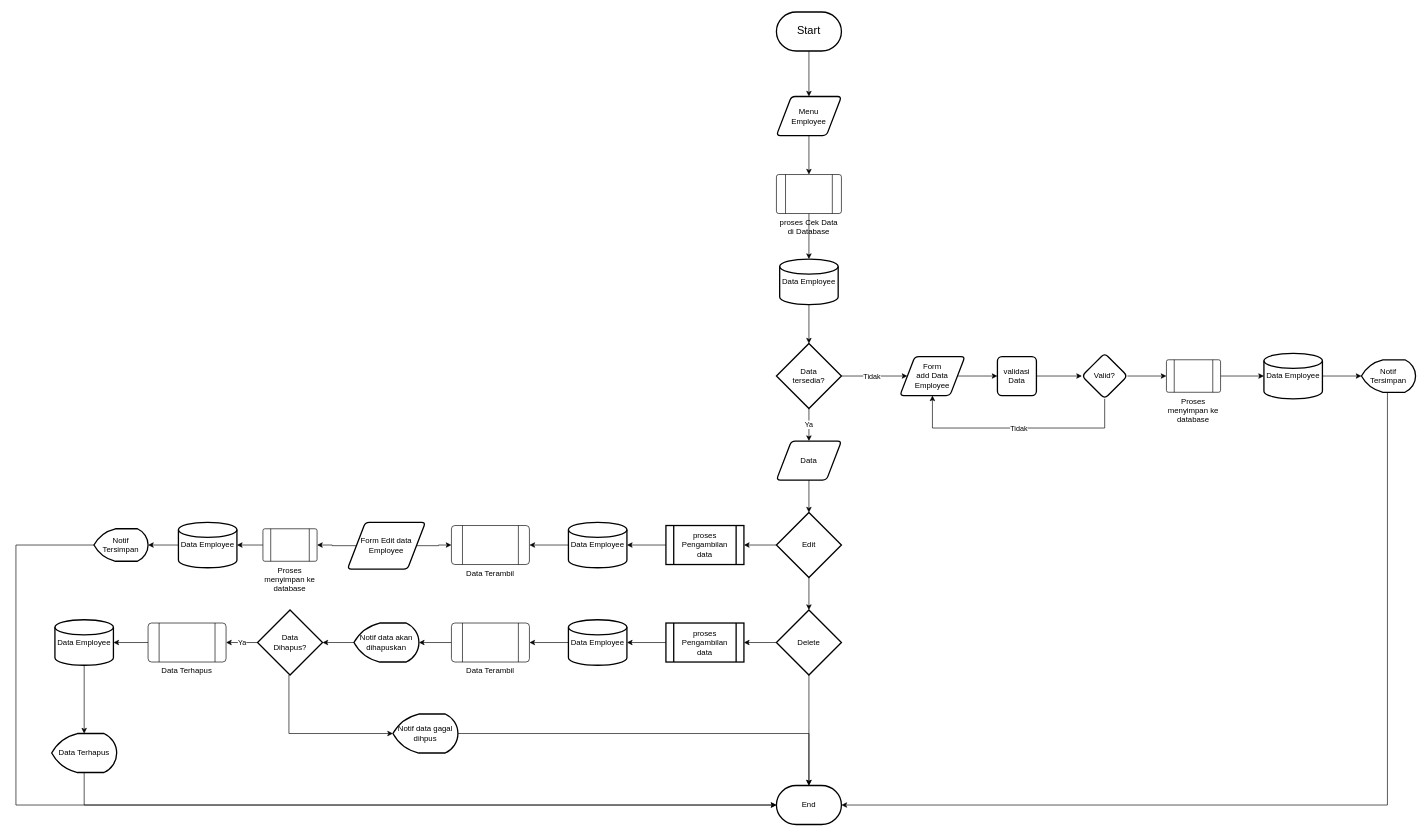
Above: Untitled Diagram.drawio in lana-jo/Android-POS (draw.io), before the change. Source tidied: cells renumbered, new cells numbered last; positions are measured from the earlier drawing's top-left corner, leaving out a move shared by most shapes. Both pictures are drawn from the tidied source at 65%, with x=0, y=0 at pixel (16, 12).
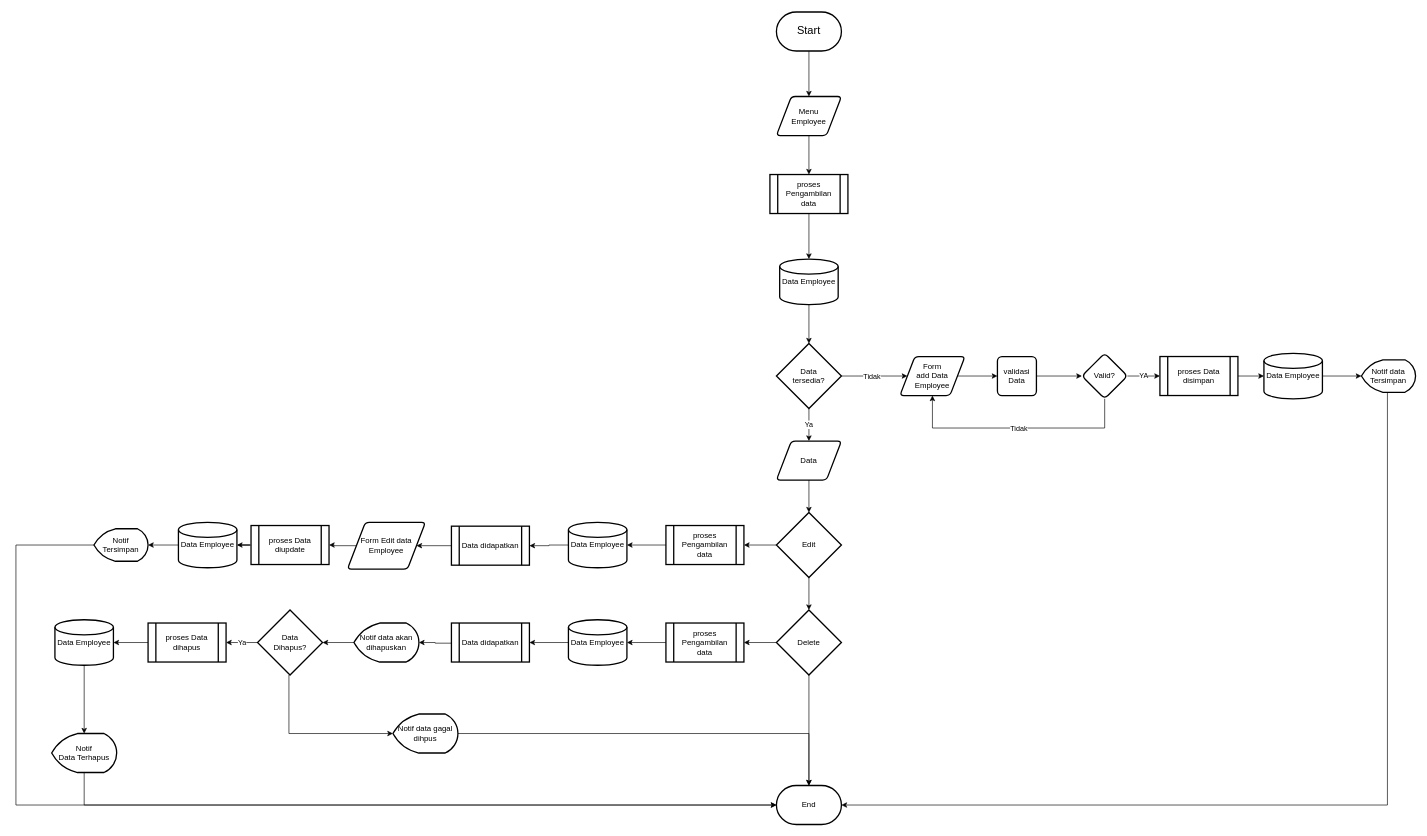
The same page after the edit.

Unchanged cells that the change refers to:
```xml
<mxCell id="5" value="Menu &lt;br&gt;Employee" style="shape=parallelogram;html=1;strokeWidth=2;perimeter=parallelogramPerimeter;whiteSpace=wrap;rounded=1;arcSize=12;size=0.23;" parent="1" vertex="1">
  <mxGeometry x="1170" y="130" width="100" height="60" as="geometry" />
</mxCell>
<mxCell id="10" value="Data Employee" style="strokeWidth=2;html=1;shape=mxgraph.flowchart.database;whiteSpace=wrap;" parent="1" vertex="1">
  <mxGeometry x="1175" y="380" width="90" height="70" as="geometry" />
</mxCell>
<mxCell id="24" value="Valid?" style="rhombus;whiteSpace=wrap;html=1;rounded=1;arcSize=14;strokeWidth=2;" parent="1" vertex="1">
  <mxGeometry x="1640" y="525" width="70" height="70" as="geometry" />
</mxCell>
<mxCell id="28" value="Data Employee" style="strokeWidth=2;html=1;shape=mxgraph.flowchart.database;whiteSpace=wrap;" parent="1" vertex="1">
  <mxGeometry x="1920" y="525" width="90" height="70" as="geometry" />
</mxCell>
<mxCell id="39" value="Data Employee" style="strokeWidth=2;html=1;shape=mxgraph.flowchart.database;whiteSpace=wrap;" parent="1" vertex="1">
  <mxGeometry x="850" y="785" width="90" height="70" as="geometry" />
</mxCell>
<mxCell id="43" value="Form Edit data&lt;br&gt;Employee" style="shape=parallelogram;html=1;strokeWidth=2;perimeter=parallelogramPerimeter;whiteSpace=wrap;rounded=1;arcSize=12;size=0.23;" parent="1" vertex="1">
  <mxGeometry x="510" y="785" width="120" height="72" as="geometry" />
</mxCell>
<mxCell id="47" value="Data Employee" style="strokeWidth=2;html=1;shape=mxgraph.flowchart.database;whiteSpace=wrap;" parent="1" vertex="1">
  <mxGeometry x="250" y="785" width="90" height="70" as="geometry" />
</mxCell>
<mxCell id="53" value="Data Employee" style="strokeWidth=2;html=1;shape=mxgraph.flowchart.database;whiteSpace=wrap;" parent="1" vertex="1">
  <mxGeometry x="850" y="935" width="90" height="70" as="geometry" />
</mxCell>
<mxCell id="57" value="Notif data akan dihapuskan" style="strokeWidth=2;html=1;shape=mxgraph.flowchart.display;whiteSpace=wrap;" parent="1" vertex="1">
  <mxGeometry x="520" y="940" width="100" height="60" as="geometry" />
</mxCell>
<mxCell id="60" value="Data &lt;br&gt;Dihapus?" style="strokeWidth=2;html=1;shape=mxgraph.flowchart.decision;whiteSpace=wrap;" parent="1" vertex="1">
  <mxGeometry x="371.7" y="920" width="100" height="100" as="geometry" />
</mxCell>
<mxCell id="62" value="Data Employee" style="strokeWidth=2;html=1;shape=mxgraph.flowchart.database;whiteSpace=wrap;" parent="1" vertex="1">
  <mxGeometry x="60" y="935" width="90" height="70" as="geometry" />
</mxCell>
```

Diff of the diagram source:
```diff
@@
-    <mxCell id="4" style="edgeStyle=orthogonalEdgeStyle;rounded=0;jettySize=auto;html=1;" parent="1" edge="1" source="5" target="7">
+    <mxCell id="4" style="edgeStyle=orthogonalEdgeStyle;rounded=0;jettySize=auto;html=1;" parent="1" edge="1" source="5" target="70">
       <mxGeometry relative="1" as="geometry" />
     </mxCell>
@@
-    <mxCell id="6" style="edgeStyle=orthogonalEdgeStyle;rounded=0;jettySize=auto;html=1;" parent="1" edge="1" source="7" target="10">
+    <mxCell id="6" style="edgeStyle=orthogonalEdgeStyle;rounded=0;jettySize=auto;html=1;" parent="1" edge="1" source="70" target="10">
       <mxGeometry relative="1" as="geometry" />
     </mxCell>
-    <mxCell id="7" value="proses Cek Data di Database" style="verticalLabelPosition=bottom;verticalAlign=top;html=1;shape=process;whiteSpace=wrap;rounded=1;size=0.14;arcSize=6;" parent="1" vertex="1">
-      <mxGeometry x="1170" y="250" width="100" height="60" as="geometry" />
-    </mxCell>
@@
-    <mxCell id="23" style="edgeStyle=orthogonalEdgeStyle;rounded=0;jettySize=auto;html=1;" parent="1" edge="1" source="24" target="26">
+    <mxCell id="23" value="YA" style="edgeStyle=orthogonalEdgeStyle;rounded=0;jettySize=auto;html=1;" parent="1" edge="1" source="24" target="73">
       <mxGeometry relative="1" as="geometry" />
     </mxCell>
@@
-    <mxCell id="25" style="edgeStyle=orthogonalEdgeStyle;rounded=0;jettySize=auto;html=1;" parent="1" edge="1" source="26" target="28">
+    <mxCell id="25" style="edgeStyle=orthogonalEdgeStyle;rounded=0;jettySize=auto;html=1;" parent="1" edge="1" source="73" target="28">
       <mxGeometry relative="1" as="geometry" />
     </mxCell>
-    <mxCell id="26" value="Proses menyimpan ke database" style="verticalLabelPosition=bottom;verticalAlign=top;html=1;shape=process;whiteSpace=wrap;rounded=1;size=0.14;arcSize=6;" parent="1" vertex="1">
-      <mxGeometry x="1770" y="535" width="83.3" height="50" as="geometry" />
-    </mxCell>
@@
-    <mxCell id="29" value="Notif Tersimpan" style="strokeWidth=2;html=1;shape=mxgraph.flowchart.display;whiteSpace=wrap;" parent="1" vertex="1">
+    <mxCell id="29" value="Notif data Tersimpan" style="strokeWidth=2;html=1;shape=mxgraph.flowchart.display;whiteSpace=wrap;" parent="1" vertex="1">
       <mxGeometry x="2070" y="535" width="83.3" height="50" as="geometry" />
     </mxCell>
@@
-    <mxCell id="38" style="edgeStyle=orthogonalEdgeStyle;rounded=0;jettySize=auto;html=1;" parent="1" edge="1" source="39" target="40">
+    <mxCell id="38" style="edgeStyle=orthogonalEdgeStyle;rounded=0;jettySize=auto;html=1;" parent="1" edge="1" source="39" target="72">
       <mxGeometry relative="1" as="geometry" />
     </mxCell>
@@
-    <mxCell id="40" value="Data Terambil" style="verticalLabelPosition=bottom;verticalAlign=top;html=1;shape=process;whiteSpace=wrap;rounded=1;size=0.14;arcSize=9;" parent="1" vertex="1">
-      <mxGeometry x="670" y="790" width="120" height="60" as="geometry" />
-    </mxCell>
-    <mxCell id="41" style="edgeStyle=orthogonalEdgeStyle;rounded=0;jettySize=auto;html=1;" parent="1" edge="1" source="43" target="40">
-      <mxGeometry relative="1" as="geometry" />
-    </mxCell>
-    <mxCell id="42" style="edgeStyle=orthogonalEdgeStyle;rounded=0;jettySize=auto;html=1;" parent="1" edge="1" source="43" target="45">
+    <mxCell id="42" style="edgeStyle=orthogonalEdgeStyle;rounded=0;jettySize=auto;html=1;" parent="1" edge="1" source="43" target="76">
       <mxGeometry relative="1" as="geometry" />
     </mxCell>
@@
-    <mxCell id="44" style="edgeStyle=orthogonalEdgeStyle;rounded=0;jettySize=auto;html=1;" parent="1" edge="1" source="45" target="47">
+    <mxCell id="44" style="edgeStyle=orthogonalEdgeStyle;rounded=0;jettySize=auto;html=1;" parent="1" edge="1" source="76" target="47">
       <mxGeometry relative="1" as="geometry" />
     </mxCell>
-    <mxCell id="45" value="Proses menyimpan ke database" style="verticalLabelPosition=bottom;verticalAlign=top;html=1;shape=process;whiteSpace=wrap;rounded=1;size=0.14;arcSize=6;" parent="1" vertex="1">
-      <mxGeometry x="380" y="795" width="83.3" height="50" as="geometry" />
-    </mxCell>
@@
-    <mxCell id="52" style="edgeStyle=orthogonalEdgeStyle;rounded=0;jettySize=auto;html=1;" parent="1" edge="1" source="53" target="55">
+    <mxCell id="52" style="edgeStyle=orthogonalEdgeStyle;rounded=0;jettySize=auto;html=1;" parent="1" edge="1" source="53" target="74">
       <mxGeometry relative="1" as="geometry" />
     </mxCell>
@@
-    <mxCell id="54" style="edgeStyle=orthogonalEdgeStyle;rounded=0;jettySize=auto;html=1;" parent="1" edge="1" source="55" target="57">
-      <mxGeometry relative="1" as="geometry" />
+    <mxCell id="54" style="edgeStyle=orthogonalEdgeStyle;rounded=0;jettySize=auto;html=1;" parent="1" edge="1" source="74" target="57">
+      <mxGeometry relative="1" as="geometry">
+        <Array as="points">
+          <mxPoint x="645" y="971" />
+          <mxPoint x="645" y="970" />
+        </Array>
+      </mxGeometry>
     </mxCell>
-    <mxCell id="55" value="Data Terambil" style="verticalLabelPosition=bottom;verticalAlign=top;html=1;shape=process;whiteSpace=wrap;rounded=1;size=0.14;arcSize=9;" parent="1" vertex="1">
-      <mxGeometry x="670" y="940" width="120" height="60" as="geometry" />
-    </mxCell>
@@
-    <mxCell id="58" value="Ya" style="edgeStyle=orthogonalEdgeStyle;rounded=0;jettySize=auto;html=1;" parent="1" edge="1" source="60" target="64">
+    <mxCell id="58" value="Ya" style="edgeStyle=orthogonalEdgeStyle;rounded=0;jettySize=auto;html=1;" parent="1" edge="1" source="60" target="75">
       <mxGeometry relative="1" as="geometry" />
     </mxCell>
@@
-    <mxCell id="63" style="edgeStyle=orthogonalEdgeStyle;rounded=0;jettySize=auto;html=1;" parent="1" edge="1" source="64" target="62">
+    <mxCell id="63" style="edgeStyle=orthogonalEdgeStyle;rounded=0;jettySize=auto;html=1;" parent="1" edge="1" source="75" target="62">
       <mxGeometry relative="1" as="geometry" />
     </mxCell>
-    <mxCell id="64" value="Data Terhapus" style="verticalLabelPosition=bottom;verticalAlign=top;html=1;shape=process;whiteSpace=wrap;rounded=1;size=0.14;arcSize=9;" parent="1" vertex="1">
-      <mxGeometry x="203.3" y="940" width="120" height="60" as="geometry" />
-    </mxCell>
@@
-    <mxCell id="69" value="Data Terhapus" style="strokeWidth=2;html=1;shape=mxgraph.flowchart.display;whiteSpace=wrap;" parent="1" vertex="1">
+    <mxCell id="69" value="Notif&lt;br&gt;Data Terhapus" style="strokeWidth=2;html=1;shape=mxgraph.flowchart.display;whiteSpace=wrap;" parent="1" vertex="1">
       <mxGeometry x="55" y="1110" width="100" height="60" as="geometry" />
     </mxCell>
+    <mxCell id="70" value="proses Pengambilan data" style="shape=process;whiteSpace=wrap;html=1;backgroundOutline=1;strokeWidth=2;" parent="1" vertex="1">
+      <mxGeometry x="1160" y="250" width="120" height="60" as="geometry" />
+    </mxCell>
+    <mxCell id="71" style="edgeStyle=orthogonalEdgeStyle;rounded=0;jettySize=auto;html=1;" parent="1" edge="1" source="72" target="43">
+      <mxGeometry relative="1" as="geometry" />
+    </mxCell>
+    <mxCell id="72" value="Data didapatkan" style="shape=process;whiteSpace=wrap;html=1;backgroundOutline=1;strokeWidth=2;" parent="1" vertex="1">
+      <mxGeometry x="670" y="791" width="120" height="60" as="geometry" />
+    </mxCell>
+    <mxCell id="73" value="proses Data disimpan" style="shape=process;whiteSpace=wrap;html=1;backgroundOutline=1;strokeWidth=2;" parent="1" vertex="1">
+      <mxGeometry x="1760" y="530" width="120" height="60" as="geometry" />
+    </mxCell>
+    <mxCell id="74" value="Data didapatkan" style="shape=process;whiteSpace=wrap;html=1;backgroundOutline=1;strokeWidth=2;" parent="1" vertex="1">
+      <mxGeometry x="670" y="940" width="120" height="60" as="geometry" />
+    </mxCell>
+    <mxCell id="75" value="proses Data dihapus" style="shape=process;whiteSpace=wrap;html=1;backgroundOutline=1;strokeWidth=2;" parent="1" vertex="1">
+      <mxGeometry x="203.3" y="940" width="120" height="60" as="geometry" />
+    </mxCell>
+    <mxCell id="76" value="proses Data diupdate" style="shape=process;whiteSpace=wrap;html=1;backgroundOutline=1;strokeWidth=2;" parent="1" vertex="1">
+      <mxGeometry x="361.7" y="790" width="120" height="60" as="geometry" />
+    </mxCell>
```
